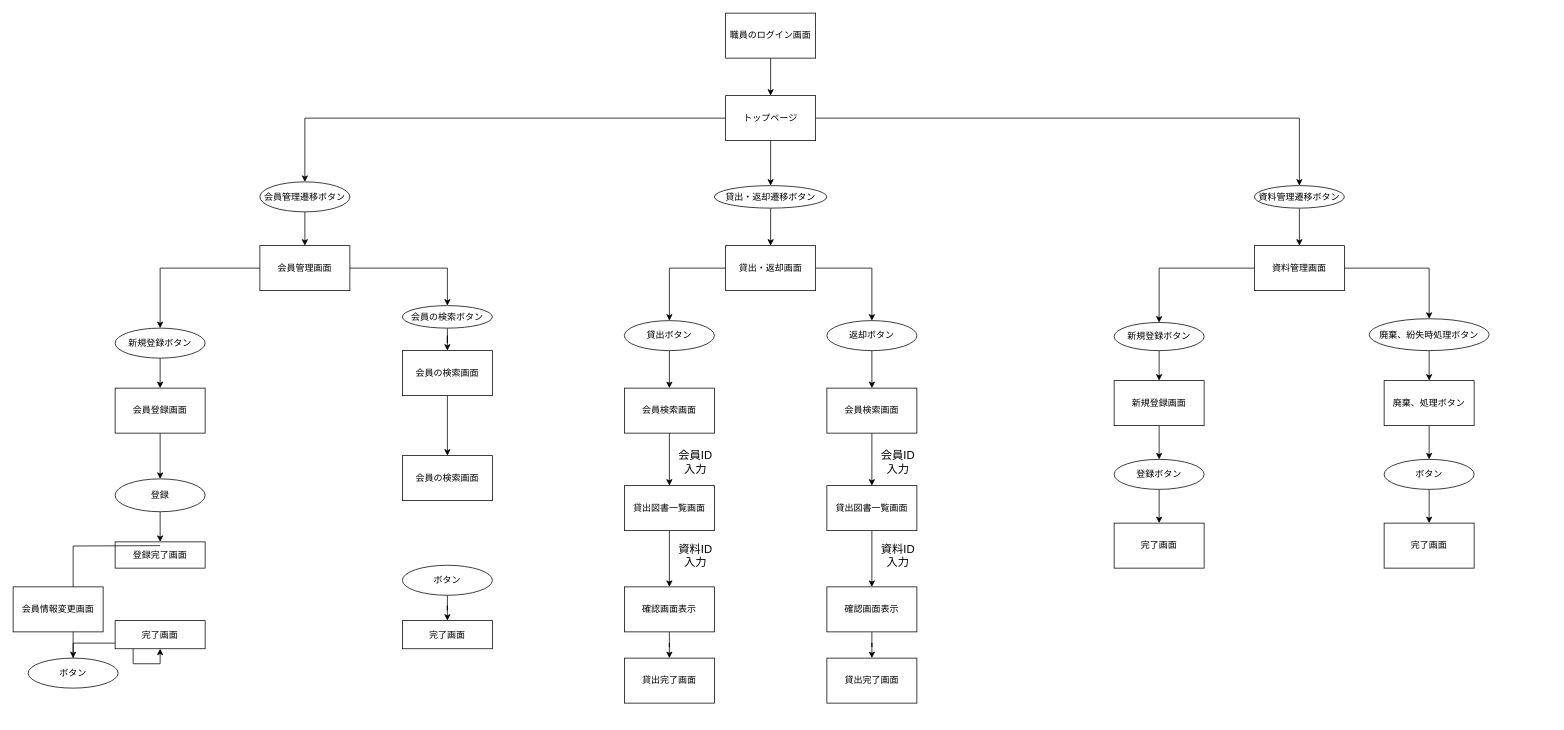
The draw.io diagram 開発演習ドキュメント/図書管理システム/成果物テンプレート/20_外部設計/画面遷移図.drawio in LovesPython/LibraryManagementSystem, before the edit. Source tidied: cells renumbered, new cells numbered last; positions are measured from the earlier drawing's top-left corner, leaving out a move shared by most shapes. Both pictures are drawn from the tidied source at 75%, with x=0, y=0 at pixel (13, 13).
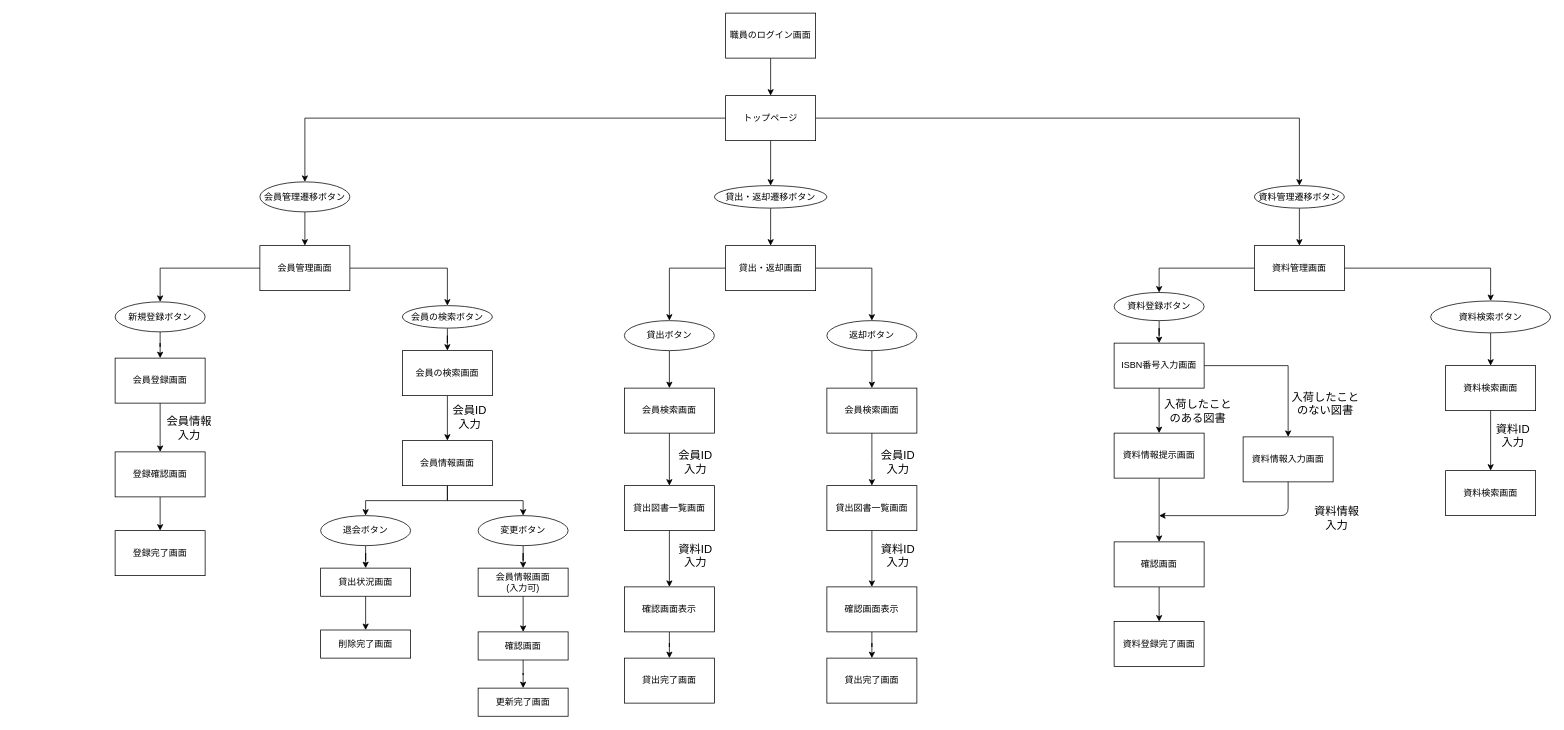
Above is the later version.

Commit message (it also covers changes not shown here):
ユースケース図直し_0615/11:19

Change to the diagram source:
```diff
@@
-    <mxCell id="6" style="edgeStyle=orthogonalEdgeStyle;rounded=0;jettySize=auto;html=1;" parent="1" edge="1" source="7" target="16">
-      <mxGeometry relative="1" as="geometry" />
-    </mxCell>
+    <mxCell id="79" style="edgeStyle=orthogonalEdgeStyle;rounded=0;jettySize=auto;html=1;" parent="1" edge="1" source="7" target="98">
+      <mxGeometry relative="1" as="geometry" />
+    </mxCell>
     <mxCell id="7" value="会員登録画面" style="rounded=0;whiteSpace=wrap;html=1;" parent="1" vertex="1">
-      <mxGeometry x="136" y="500" width="120" height="60" as="geometry" />
+      <mxGeometry x="136" y="460" width="120" height="60" as="geometry" />
     </mxCell>
@@
     <mxCell id="9" value="新規登録ボタン" style="ellipse;whiteSpace=wrap;html=1;" parent="1" vertex="1">
-      <mxGeometry x="136" y="420" width="120" height="40" as="geometry" />
+      <mxGeometry x="136" y="385" width="120" height="40" as="geometry" />
     </mxCell>
@@
-    <mxCell id="15" style="edgeStyle=orthogonalEdgeStyle;rounded=0;jettySize=auto;html=1;" parent="1" edge="1" source="16" target="17">
-      <mxGeometry relative="1" as="geometry" />
-    </mxCell>
-    <mxCell id="16" value="登録" style="ellipse;whiteSpace=wrap;html=1;rounded=0;" parent="1" vertex="1">
-      <mxGeometry x="136" y="621" width="120" height="43.8" as="geometry" />
-    </mxCell>
-    <mxCell id="17" value="登録完了画面" style="whiteSpace=wrap;html=1;rounded=0;" parent="1" vertex="1">
-      <mxGeometry x="136" y="705" width="120" height="35" as="geometry" />
-    </mxCell>
@@
-    <mxCell id="39" value="新規登録ボタン" style="ellipse;whiteSpace=wrap;html=1;rounded=0;" parent="1" vertex="1">
-      <mxGeometry x="1468" y="412.5" width="120" height="37.5" as="geometry" />
+    <mxCell id="39" value="資料登録ボタン" style="ellipse;whiteSpace=wrap;html=1;rounded=0;" parent="1" vertex="1">
+      <mxGeometry x="1468" y="372.5" width="120" height="37.5" as="geometry" />
     </mxCell>
@@
-    <mxCell id="41" value="廃棄、紛失時処理ボタン" style="ellipse;whiteSpace=wrap;html=1;rounded=0;" parent="1" vertex="1">
-      <mxGeometry x="1808" y="407.5" width="160" height="42.5" as="geometry" />
+    <mxCell id="41" value="資料検索ボタン" style="ellipse;whiteSpace=wrap;html=1;rounded=0;" parent="1" vertex="1">
+      <mxGeometry x="1890" y="383.8" width="160" height="42.5" as="geometry" />
     </mxCell>
-    <mxCell id="42" style="edgeStyle=orthogonalEdgeStyle;rounded=0;jettySize=auto;html=1;" parent="1" edge="1" source="43" target="49">
-      <mxGeometry relative="1" as="geometry" />
-    </mxCell>
+    <mxCell id="80" style="edgeStyle=orthogonalEdgeStyle;rounded=0;jettySize=auto;html=1;" parent="1" edge="1" source="43" target="100">
+      <mxGeometry relative="1" as="geometry" />
+    </mxCell>
+    <mxCell id="81" style="edgeStyle=orthogonalEdgeStyle;rounded=0;jettySize=auto;html=1;" parent="1" edge="1" source="43" target="103">
+      <mxGeometry relative="1" as="geometry" />
+    </mxCell>
-    <mxCell id="43" value="新規登録画面" style="whiteSpace=wrap;html=1;rounded=0;" parent="1" vertex="1">
-      <mxGeometry x="1468" y="490" width="120" height="60" as="geometry" />
+    <mxCell id="43" value="ISBN番号入力画面" style="whiteSpace=wrap;html=1;rounded=0;" parent="1" vertex="1">
+      <mxGeometry x="1468" y="440" width="120" height="60" as="geometry" />
     </mxCell>
-    <mxCell id="44" style="edgeStyle=orthogonalEdgeStyle;rounded=0;jettySize=auto;html=1;" parent="1" edge="1" source="45" target="52">
-      <mxGeometry relative="1" as="geometry" />
-    </mxCell>
+    <mxCell id="82" style="edgeStyle=orthogonalEdgeStyle;rounded=0;jettySize=auto;html=1;" parent="1" edge="1" source="45" target="106">
+      <mxGeometry relative="1" as="geometry" />
+    </mxCell>
-    <mxCell id="45" value="廃棄、処理ボタン" style="whiteSpace=wrap;html=1;rounded=0;" parent="1" vertex="1">
-      <mxGeometry x="1828" y="490" width="120" height="60" as="geometry" />
+    <mxCell id="45" value="資料検索画面" style="whiteSpace=wrap;html=1;rounded=0;" parent="1" vertex="1">
+      <mxGeometry x="1910" y="470" width="120" height="60" as="geometry" />
     </mxCell>
-    <mxCell id="46" style="edgeStyle=orthogonalEdgeStyle;rounded=0;jettySize=auto;html=1;" parent="1" edge="1" target="55">
-      <mxGeometry relative="1" as="geometry">
-        <mxPoint x="196" y="710" as="sourcePoint" />
-      </mxGeometry>
-    </mxCell>
-    <mxCell id="47" value="会員情報変更画面&lt;br&gt;" style="whiteSpace=wrap;html=1;rounded=0;" parent="1" vertex="1">
-      <mxGeometry y="765" width="120" height="60" as="geometry" />
-    </mxCell>
-    <mxCell id="48" style="edgeStyle=orthogonalEdgeStyle;rounded=0;jettySize=auto;html=1;" parent="1" edge="1" source="49" target="50">
-      <mxGeometry relative="1" as="geometry" />
-    </mxCell>
-    <mxCell id="49" value="登録ボタン" style="ellipse;whiteSpace=wrap;html=1;rounded=0;" parent="1" vertex="1">
-      <mxGeometry x="1468" y="595" width="120" height="40" as="geometry" />
-    </mxCell>
+    <mxCell id="83" style="edgeStyle=orthogonalEdgeStyle;rounded=0;jettySize=auto;html=1;" parent="1" edge="1" source="50" target="102">
+      <mxGeometry relative="1" as="geometry" />
+    </mxCell>
-    <mxCell id="50" value="完了画面" style="whiteSpace=wrap;html=1;rounded=0;" parent="1" vertex="1">
-      <mxGeometry x="1468" y="680" width="120" height="60" as="geometry" />
+    <mxCell id="50" value="確認画面" style="whiteSpace=wrap;html=1;rounded=0;" parent="1" vertex="1">
+      <mxGeometry x="1468" y="705" width="120" height="60" as="geometry" />
     </mxCell>
-    <mxCell id="51" style="edgeStyle=orthogonalEdgeStyle;rounded=0;jettySize=auto;html=1;" parent="1" edge="1" source="52" target="53">
-      <mxGeometry relative="1" as="geometry" />
-    </mxCell>
-    <mxCell id="52" value="ボタン" style="ellipse;whiteSpace=wrap;html=1;rounded=0;" parent="1" vertex="1">
-      <mxGeometry x="1828" y="595" width="120" height="40" as="geometry" />
-    </mxCell>
-    <mxCell id="53" value="完了画面" style="whiteSpace=wrap;html=1;rounded=0;" parent="1" vertex="1">
-      <mxGeometry x="1828" y="680" width="120" height="60" as="geometry" />
-    </mxCell>
-    <mxCell id="54" style="edgeStyle=orthogonalEdgeStyle;rounded=0;jettySize=auto;html=1;" parent="1" edge="1" source="55" target="56">
-      <mxGeometry relative="1" as="geometry" />
-    </mxCell>
-    <mxCell id="55" value="ボタン" style="ellipse;whiteSpace=wrap;html=1;rounded=0;" parent="1" vertex="1">
-      <mxGeometry x="20" y="860" width="120" height="40" as="geometry" />
-    </mxCell>
-    <mxCell id="56" value="完了画面" style="whiteSpace=wrap;html=1;rounded=0;" parent="1" vertex="1">
-      <mxGeometry x="136" y="810" width="120" height="37.5" as="geometry" />
-    </mxCell>
@@
-    <mxCell id="58" value="ボタン" style="ellipse;whiteSpace=wrap;html=1;rounded=0;" parent="1" vertex="1">
-      <mxGeometry x="519" y="736.2" width="120" height="40" as="geometry" />
+    <mxCell id="58" value="退会ボタン" style="ellipse;whiteSpace=wrap;html=1;rounded=0;" parent="1" vertex="1">
+      <mxGeometry x="410" y="670" width="120" height="40" as="geometry" />
     </mxCell>
+    <mxCell id="84" style="edgeStyle=orthogonalEdgeStyle;rounded=0;jettySize=auto;html=1;" parent="1" edge="1" source="59" target="92">
+      <mxGeometry relative="1" as="geometry">
+        <Array as="points">
+          <mxPoint x="470" y="800" />
+          <mxPoint x="470" y="800" />
+        </Array>
+      </mxGeometry>
+    </mxCell>
-    <mxCell id="59" value="完了画面" style="whiteSpace=wrap;html=1;rounded=0;" parent="1" vertex="1">
-      <mxGeometry x="519" y="810" width="120" height="37.5" as="geometry" />
+    <mxCell id="59" value="貸出状況画面" style="whiteSpace=wrap;html=1;rounded=0;" parent="1" vertex="1">
+      <mxGeometry x="410" y="740" width="120" height="37.5" as="geometry" />
     </mxCell>
@@
+    <mxCell id="85" style="edgeStyle=orthogonalEdgeStyle;rounded=0;jettySize=auto;html=1;" parent="1" edge="1" source="78" target="58">
+      <mxGeometry relative="1" as="geometry" />
+    </mxCell>
+    <mxCell id="86" style="edgeStyle=orthogonalEdgeStyle;rounded=0;jettySize=auto;html=1;exitX=0.5;exitY=1;exitDx=0;exitDy=0;entryX=0.5;entryY=0;entryDx=0;entryDy=0;" parent="1" edge="1" source="78" target="89">
+      <mxGeometry relative="1" as="geometry" />
+    </mxCell>
-    <mxCell id="78" value="会員の検索画面" style="whiteSpace=wrap;html=1;rounded=0;" parent="1" vertex="1">
-      <mxGeometry x="519" y="590" width="120" height="60" as="geometry" />
+    <mxCell id="78" value="会員情報画面" style="whiteSpace=wrap;html=1;rounded=0;" parent="1" vertex="1">
+      <mxGeometry x="519" y="570" width="120" height="60" as="geometry" />
     </mxCell>
+    <mxCell id="87" value="&lt;font style=&quot;font-size: 15px&quot;&gt;会員ID入力&lt;/font&gt;" style="text;html=1;strokeColor=none;fillColor=none;align=center;verticalAlign=middle;whiteSpace=wrap;rounded=0;" parent="1" vertex="1">
+      <mxGeometry x="579" y="505" width="60" height="65" as="geometry" />
+    </mxCell>
+    <mxCell id="88" style="edgeStyle=orthogonalEdgeStyle;rounded=0;jettySize=auto;html=1;" parent="1" edge="1" source="89" target="91">
+      <mxGeometry relative="1" as="geometry" />
+    </mxCell>
+    <mxCell id="89" value="変更ボタン" style="ellipse;whiteSpace=wrap;html=1;rounded=0;" parent="1" vertex="1">
+      <mxGeometry x="620" y="670" width="120" height="40" as="geometry" />
+    </mxCell>
+    <mxCell id="90" style="edgeStyle=orthogonalEdgeStyle;rounded=0;jettySize=auto;html=1;" parent="1" edge="1" source="91" target="94">
+      <mxGeometry relative="1" as="geometry" />
+    </mxCell>
+    <mxCell id="91" value="会員情報画面&lt;br&gt;(入力可)" style="whiteSpace=wrap;html=1;rounded=0;" parent="1" vertex="1">
+      <mxGeometry x="620" y="740" width="120" height="37.5" as="geometry" />
+    </mxCell>
+    <mxCell id="92" value="削除完了画面" style="whiteSpace=wrap;html=1;rounded=0;" parent="1" vertex="1">
+      <mxGeometry x="410" y="822.5" width="120" height="37.5" as="geometry" />
+    </mxCell>
+    <mxCell id="93" style="edgeStyle=orthogonalEdgeStyle;rounded=0;jettySize=auto;html=1;" parent="1" edge="1" source="94" target="95">
+      <mxGeometry relative="1" as="geometry" />
+    </mxCell>
+    <mxCell id="94" value="確認画面" style="whiteSpace=wrap;html=1;rounded=0;" parent="1" vertex="1">
+      <mxGeometry x="620" y="825" width="120" height="37.5" as="geometry" />
+    </mxCell>
+    <mxCell id="95" value="更新完了画面" style="whiteSpace=wrap;html=1;rounded=0;" parent="1" vertex="1">
+      <mxGeometry x="620" y="900" width="120" height="37.5" as="geometry" />
+    </mxCell>
+    <mxCell id="96" value="&lt;font style=&quot;font-size: 15px&quot;&gt;会員情報入力&lt;/font&gt;" style="text;html=1;strokeColor=none;fillColor=none;align=center;verticalAlign=middle;whiteSpace=wrap;rounded=0;" parent="1" vertex="1">
+      <mxGeometry x="200" y="520" width="70" height="65" as="geometry" />
+    </mxCell>
+    <mxCell id="97" style="edgeStyle=orthogonalEdgeStyle;rounded=0;jettySize=auto;html=1;" parent="1" edge="1" source="98" target="17">
+      <mxGeometry relative="1" as="geometry" />
+    </mxCell>
+    <mxCell id="98" value="登録確認画面" style="whiteSpace=wrap;html=1;rounded=0;" parent="1" vertex="1">
+      <mxGeometry x="136" y="585" width="120" height="60" as="geometry" />
+    </mxCell>
+    <mxCell id="17" value="登録完了画面" style="whiteSpace=wrap;html=1;rounded=0;" parent="1" vertex="1">
+      <mxGeometry x="136" y="690" width="120" height="60" as="geometry" />
+    </mxCell>
+    <mxCell id="99" style="edgeStyle=orthogonalEdgeStyle;rounded=0;jettySize=auto;html=1;" parent="1" edge="1" source="100" target="50">
+      <mxGeometry relative="1" as="geometry" />
+    </mxCell>
+    <mxCell id="100" value="資料情報提示画面" style="whiteSpace=wrap;html=1;rounded=0;" parent="1" vertex="1">
+      <mxGeometry x="1468" y="560" width="120" height="60" as="geometry" />
+    </mxCell>
+    <mxCell id="101" value="&lt;span style=&quot;font-size: 15px&quot;&gt;入荷したことのある図書&lt;/span&gt;" style="text;html=1;strokeColor=none;fillColor=none;align=center;verticalAlign=middle;whiteSpace=wrap;rounded=0;" parent="1" vertex="1">
+      <mxGeometry x="1530" y="497.5" width="100" height="65" as="geometry" />
+    </mxCell>
+    <mxCell id="102" value="資料登録完了画面" style="whiteSpace=wrap;html=1;rounded=0;" parent="1" vertex="1">
+      <mxGeometry x="1468" y="811.2" width="120" height="60" as="geometry" />
+    </mxCell>
+    <mxCell id="103" value="資料情報入力画面" style="whiteSpace=wrap;html=1;rounded=0;" parent="1" vertex="1">
+      <mxGeometry x="1640" y="565" width="120" height="60" as="geometry" />
+    </mxCell>
+    <mxCell id="104" style="endArrow=classic;html=1;exitX=0.5;exitY=1;exitDx=0;exitDy=0;" parent="1" edge="1" source="103">
+      <mxGeometry relative="1" as="geometry">
+        <mxPoint x="1528" y="670" as="targetPoint" />
+        <Array as="points">
+          <mxPoint x="1700" y="670" />
+        </Array>
+      </mxGeometry>
+    </mxCell>
+    <mxCell id="105" value="&lt;span style=&quot;font-size: 15px&quot;&gt;入荷したことのない図書&lt;/span&gt;" style="text;html=1;strokeColor=none;fillColor=none;align=center;verticalAlign=middle;whiteSpace=wrap;rounded=0;" parent="1" vertex="1">
+      <mxGeometry x="1700" y="487.5" width="100" height="65" as="geometry" />
+    </mxCell>
+    <mxCell id="106" value="資料検索画面" style="whiteSpace=wrap;html=1;rounded=0;" parent="1" vertex="1">
+      <mxGeometry x="1910" y="610" width="120" height="60" as="geometry" />
+    </mxCell>
+    <mxCell id="107" value="&lt;font style=&quot;font-size: 15px&quot;&gt;資料ID入力&lt;/font&gt;" style="text;html=1;strokeColor=none;fillColor=none;align=center;verticalAlign=middle;whiteSpace=wrap;rounded=0;" parent="1" vertex="1">
+      <mxGeometry x="1970" y="530" width="60" height="65" as="geometry" />
+    </mxCell>
+    <mxCell id="108" value="&lt;font style=&quot;font-size: 15px&quot;&gt;資料情報入力&lt;/font&gt;" style="text;html=1;strokeColor=none;fillColor=none;align=center;verticalAlign=middle;whiteSpace=wrap;rounded=0;" parent="1" vertex="1">
+      <mxGeometry x="1730" y="640" width="70" height="65" as="geometry" />
+    </mxCell>
```
